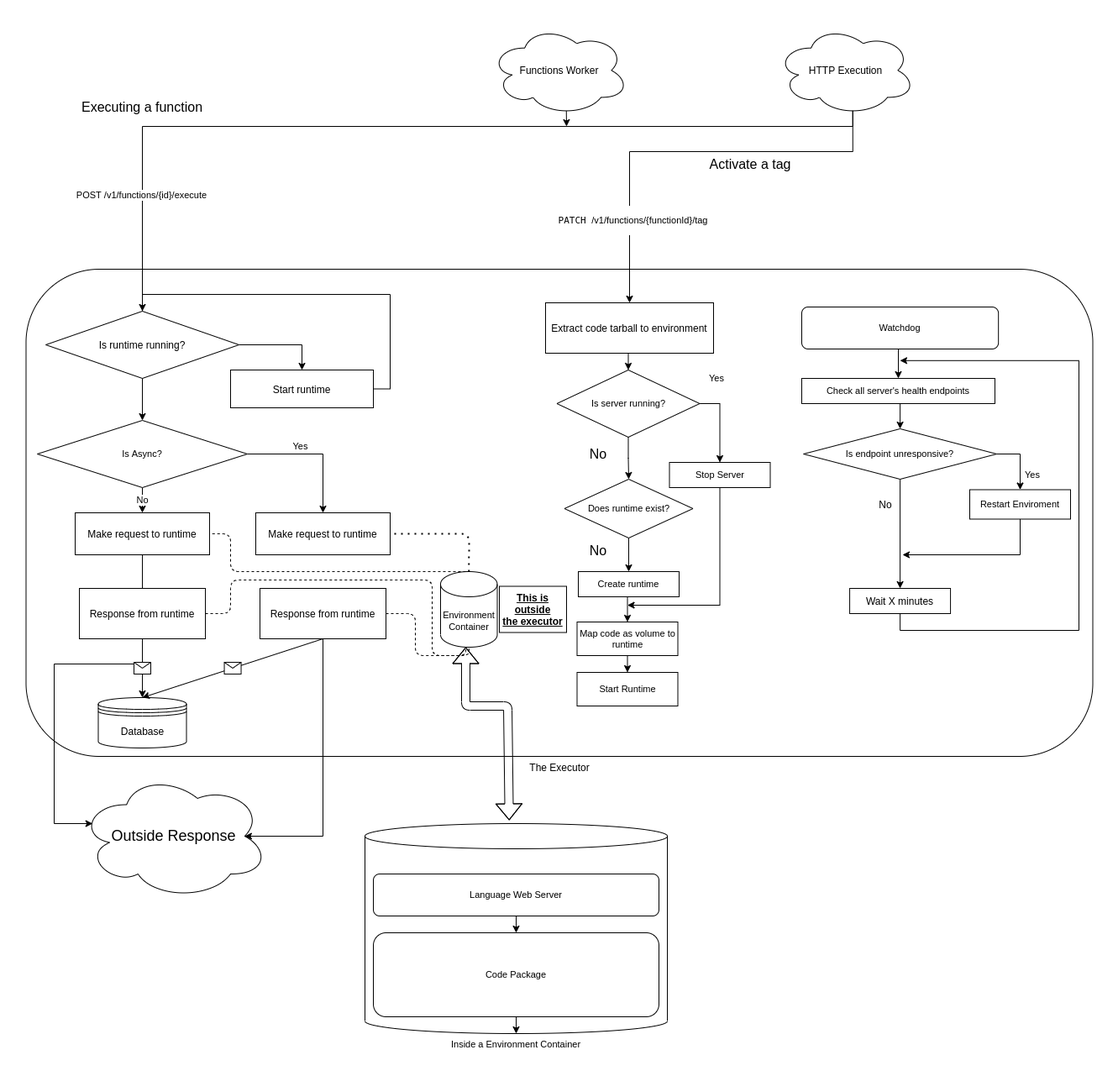
The draw.io diagram 018-function-execution-model-refactor/flowchart.png in appwrite/rfc, before a commit. Source tidied: cells renumbered, new cells last; positions are measured from the earlier drawing's top-left corner, leaving out a move shared by most shapes.
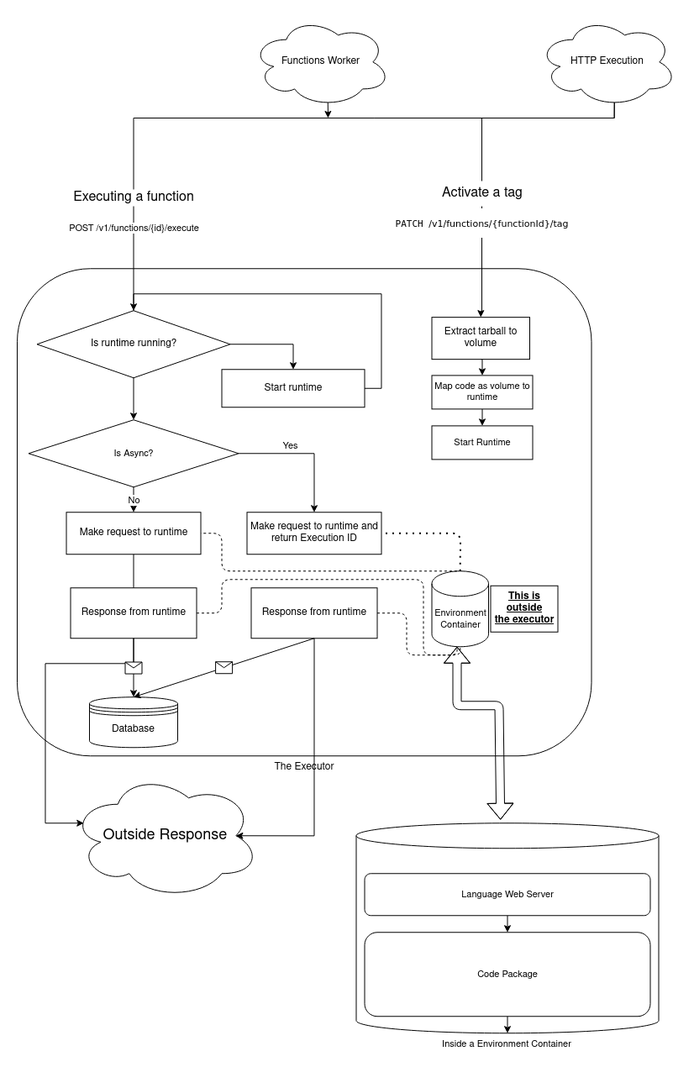
After the commit.

What changed in the source:
```diff
@@ -3,7 +3,7 @@
     <mxCell id="0" />
     <mxCell id="1" parent="0" />
     <mxCell id="2" value="HTTP Execution" style="ellipse;shape=cloud;whiteSpace=wrap;html=1;labelBackgroundColor=none;" parent="1" vertex="1">
-      <mxGeometry x="894" width="165" height="106.8" as="geometry" />
+      <mxGeometry x="620.5" y="-9.2" width="165" height="106.8" as="geometry" />
     </mxCell>
     <mxCell id="3" style="edgeStyle=orthogonalEdgeStyle;rounded=0;jettySize=auto;html=1;exitX=0.5;exitY=0;exitDx=0;exitDy=0;exitPerimeter=0;entryX=0.5;entryY=0;entryDx=0;entryDy=0;fontSize=11;" parent="1" edge="1" source="4" target="6">
       <mxGeometry relative="1" as="geometry" />
@@ -24,24 +24,21 @@
       <mxGeometry x="414" y="1080" width="340" height="100" as="geometry" />
     </mxCell>
     <mxCell id="9" value="The Executor" style="rounded=1;whiteSpace=wrap;html=1;labelPosition=center;verticalLabelPosition=bottom;align=center;verticalAlign=top;labelBackgroundColor=none;" parent="1" vertex="1">
-      <mxGeometry x="0.5" y="290" width="1270" height="580" as="geometry" />
+      <mxGeometry x="0.5" y="290" width="683.5" height="580" as="geometry" />
     </mxCell>
     <mxCell id="10" style="edgeStyle=orthogonalEdgeStyle;rounded=0;jettySize=auto;html=1;exitX=0.55;exitY=0.95;exitDx=0;exitDy=0;exitPerimeter=0;entryX=0.5;entryY=0;entryDx=0;entryDy=0;fontSize=16;verticalAlign=middle;" parent="1" edge="1" source="2" target="16">
       <mxGeometry relative="1" as="geometry">
         <Array as="points">
-          <mxPoint x="985" y="120" />
-          <mxPoint x="139" y="120" />
+          <mxPoint x="711.5" y="110.8" />
+          <mxPoint x="139.5" y="110.8" />
         </Array>
       </mxGeometry>
     </mxCell>
     <mxCell id="11" value="&lt;div&gt;POST /v1/functions/{id}/execute&lt;/div&gt;" style="edgeLabel;html=1;align=center;verticalAlign=middle;fontSize=11;" parent="1" vertex="1">
-      <mxGeometry x="139" y="200" as="geometry">
-        <mxPoint x="-2" y="2" as="offset" />
+      <mxGeometry x="-199.5" y="225.8" as="geometry">
+        <mxPoint x="338" y="15" as="offset" />
       </mxGeometry>
     </mxCell>
-    <mxCell id="12" value="Executing a function" style="text;html=1;strokeColor=none;fillColor=none;align=center;verticalAlign=middle;whiteSpace=wrap;rounded=0;labelBackgroundColor=none;fontSize=16;" parent="1" vertex="1">
-      <mxGeometry x="44" y="86.8" width="190" height="20" as="geometry" />
-    </mxCell>
     <mxCell id="13" style="edgeStyle=orthogonalEdgeStyle;rounded=0;jettySize=auto;html=1;exitX=1;exitY=0.5;exitDx=0;exitDy=0;fontSize=11;verticalAlign=bottom;labelPosition=center;verticalLabelPosition=top;align=center;" parent="1" edge="1" source="16">
       <mxGeometry relative="1" as="geometry">
         <mxPoint x="354" y="580" as="targetPoint" />
@@ -52,6 +49,9 @@
         <mxPoint y="-13" as="offset" />
       </mxGeometry>
     </mxCell>
+    <mxCell id="12" value="Executing a function" style="text;html=1;strokeColor=none;align=center;verticalAlign=middle;whiteSpace=wrap;rounded=0;labelBackgroundColor=none;fontSize=16;fillColor=#ffffff;" parent="1" vertex="1">
+      <mxGeometry x="44" y="195.8" width="190" height="20" as="geometry" />
+    </mxCell>
     <mxCell id="15" value="No" style="edgeStyle=orthogonalEdgeStyle;rounded=0;jettySize=auto;html=1;exitX=0.5;exitY=1;exitDx=0;exitDy=0;fontSize=11;verticalAlign=middle;" parent="1" edge="1" source="16">
       <mxGeometry relative="1" as="geometry">
         <mxPoint x="139" y="580" as="targetPoint" />
@@ -78,7 +78,7 @@
     <mxCell id="22" value="Start runtime" style="rounded=0;whiteSpace=wrap;html=1;" parent="1" vertex="1">
       <mxGeometry x="244" y="410" width="170" height="45" as="geometry" />
     </mxCell>
-    <mxCell id="23" value="Make request to runtime" style="rounded=0;whiteSpace=wrap;html=1;" parent="1" vertex="1">
+    <mxCell id="23" value="Make request to runtime and return Execution ID" style="rounded=0;whiteSpace=wrap;html=1;" parent="1" vertex="1">
       <mxGeometry x="274" y="580" width="160" height="50" as="geometry" />
     </mxCell>
     <mxCell id="24" style="edgeStyle=orthogonalEdgeStyle;rounded=0;jettySize=auto;html=1;exitX=0.5;exitY=1;exitDx=0;exitDy=0;entryX=0.07;entryY=0.4;entryDx=0;entryDy=0;entryPerimeter=0;" parent="1" edge="1" source="25" target="18">
@@ -125,136 +125,40 @@
         <mxPoint x="-10" y="-7" as="offset" />
       </mxGeometry>
     </mxCell>
-    <mxCell id="34" style="edgeStyle=orthogonalEdgeStyle;rounded=0;jettySize=auto;html=1;exitX=0.5;exitY=1;exitDx=0;exitDy=0;entryX=0.5;entryY=0;entryDx=0;entryDy=0;fontSize=16;" parent="1" edge="1" source="35" target="41">
-      <mxGeometry relative="1" as="geometry" />
-    </mxCell>
-    <mxCell id="35" value="Extract code tarball to environment" style="rounded=0;whiteSpace=wrap;html=1;" parent="1" vertex="1">
-      <mxGeometry x="619" y="330" width="200" height="60" as="geometry" />
-    </mxCell>
-    <mxCell id="36" value="Activate a tag" style="text;html=1;strokeColor=none;fillColor=none;align=center;verticalAlign=middle;whiteSpace=wrap;rounded=0;fontSize=16;" parent="1" vertex="1">
-      <mxGeometry x="802.5" y="150" width="120" height="30" as="geometry" />
-    </mxCell>
-    <mxCell id="37" style="edgeStyle=orthogonalEdgeStyle;rounded=0;jettySize=auto;html=1;exitX=0.55;exitY=0.95;exitDx=0;exitDy=0;exitPerimeter=0;entryX=0.5;entryY=0;entryDx=0;entryDy=0;" parent="1" edge="1" source="2" target="35">
+    <mxCell id="37" style="edgeStyle=orthogonalEdgeStyle;rounded=0;jettySize=auto;html=1;exitX=0.55;exitY=0.95;exitDx=0;exitDy=0;exitPerimeter=0;entryX=0.5;entryY=0;entryDx=0;entryDy=0;" parent="1" edge="1" source="2" target="77">
       <mxGeometry relative="1" as="geometry">
         <Array as="points">
-          <mxPoint x="985" y="150" />
-          <mxPoint x="719" y="150" />
+          <mxPoint x="711.5" y="110.8" />
+          <mxPoint x="553.5" y="110.8" />
+          <mxPoint x="553.5" y="340.8" />
         </Array>
       </mxGeometry>
     </mxCell>
-    <mxCell id="38" value="&lt;pre style=&quot;font-size: 11px;&quot;&gt;&lt;span style=&quot;background-color: rgb(255, 255, 255); font-size: 11px;&quot;&gt;PATCH&amp;nbsp;&lt;span style=&quot;font-family: poppins, sans-serif; font-size: 11px;&quot;&gt;/v1/functions/{functionId}/tag&lt;/span&gt;&lt;/span&gt;&lt;/pre&gt;" style="edgeLabel;html=1;align=center;verticalAlign=middle;fontSize=11;" parent="37" vertex="1">
-      <mxGeometry x="0.6" y="3" relative="1" as="geometry" />
+    <mxCell id="38" value="&lt;pre style=&quot;font-size: 11px;&quot;&gt;&lt;span style=&quot;font-size: 11px;&quot;&gt;PATCH&amp;nbsp;&lt;span style=&quot;font-family: poppins, sans-serif; font-size: 11px;&quot;&gt;/v1/functions/{functionId}/tag&lt;/span&gt;&lt;/span&gt;&lt;/pre&gt;" style="edgeLabel;html=1;align=center;verticalAlign=middle;fontSize=11;labelBackgroundColor=#ffffff;" parent="37" vertex="1">
+      <mxGeometry x="0.6" y="3" relative="1" as="geometry">
+        <mxPoint x="-4" y="-31" as="offset" />
+      </mxGeometry>
     </mxCell>
-    <mxCell id="39" style="edgeStyle=orthogonalEdgeStyle;rounded=0;jettySize=auto;html=1;exitX=0.5;exitY=1;exitDx=0;exitDy=0;entryX=0.5;entryY=0;entryDx=0;entryDy=0;fontSize=16;" parent="1" edge="1" source="41" target="43">
-      <mxGeometry relative="1" as="geometry" />
-    </mxCell>
-    <mxCell id="40" style="edgeStyle=orthogonalEdgeStyle;rounded=0;jettySize=auto;html=1;exitX=1;exitY=0.5;exitDx=0;exitDy=0;entryX=0.5;entryY=0;entryDx=0;entryDy=0;fontSize=11;" parent="1" edge="1" source="41" target="53">
-      <mxGeometry relative="1" as="geometry" />
-    </mxCell>
-    <mxCell id="41" value="Is server running?" style="rhombus;whiteSpace=wrap;html=1;fontSize=11;" parent="1" vertex="1">
-      <mxGeometry x="632.5" y="410" width="170" height="80" as="geometry" />
-    </mxCell>
-    <mxCell id="42" style="edgeStyle=orthogonalEdgeStyle;rounded=0;jettySize=auto;html=1;exitX=0.5;exitY=1;exitDx=0;exitDy=0;entryX=0.5;entryY=0;entryDx=0;entryDy=0;fontSize=16;" parent="1" edge="1" source="43" target="46">
-      <mxGeometry relative="1" as="geometry" />
-    </mxCell>
-    <mxCell id="43" value="&lt;font style=&quot;font-size: 11px;&quot;&gt;Does runtime exist?&lt;/font&gt;" style="rhombus;whiteSpace=wrap;html=1;fontSize=11;" parent="1" vertex="1">
-      <mxGeometry x="641.5" y="540" width="153" height="70" as="geometry" />
-    </mxCell>
-    <mxCell id="44" value="No" style="text;html=1;strokeColor=none;fillColor=none;align=center;verticalAlign=middle;whiteSpace=wrap;rounded=0;fontSize=16;" parent="1" vertex="1">
-      <mxGeometry x="661.5" y="500" width="40" height="20" as="geometry" />
-    </mxCell>
-    <mxCell id="45" style="edgeStyle=orthogonalEdgeStyle;rounded=0;jettySize=auto;html=1;exitX=0.5;exitY=1;exitDx=0;exitDy=0;entryX=0.5;entryY=0;entryDx=0;entryDy=0;fontSize=11;" parent="1" edge="1" source="46" target="49">
-      <mxGeometry relative="1" as="geometry" />
-    </mxCell>
-    <mxCell id="46" value="Create runtime" style="rounded=0;whiteSpace=wrap;html=1;fontSize=11;" parent="1" vertex="1">
-      <mxGeometry x="658" y="650" width="120" height="30" as="geometry" />
-    </mxCell>
-    <mxCell id="47" value="No" style="text;html=1;strokeColor=none;fillColor=none;align=center;verticalAlign=middle;whiteSpace=wrap;rounded=0;fontSize=16;" parent="1" vertex="1">
-      <mxGeometry x="661.5" y="615" width="40" height="20" as="geometry" />
-    </mxCell>
+    <mxCell id="36" value="&lt;span style=&quot;background-color: rgb(255 , 255 , 255)&quot;&gt;Activate a tag&lt;/span&gt;" style="text;html=1;align=center;verticalAlign=middle;whiteSpace=wrap;rounded=0;fontSize=16;fillColor=#ffffff;" parent="1" vertex="1">
+      <mxGeometry x="494" y="185.8" width="120" height="30" as="geometry" />
+    </mxCell>
     <mxCell id="48" style="edgeStyle=orthogonalEdgeStyle;rounded=0;jettySize=auto;html=1;exitX=0.5;exitY=1;exitDx=0;exitDy=0;entryX=0.5;entryY=0;entryDx=0;entryDy=0;fontSize=11;" parent="1" edge="1" source="49" target="50">
       <mxGeometry relative="1" as="geometry" />
     </mxCell>
     <mxCell id="49" value="Map code as volume to runtime" style="rounded=0;whiteSpace=wrap;html=1;fontSize=11;" parent="1" vertex="1">
-      <mxGeometry x="656.5" y="710" width="120" height="40" as="geometry" />
+      <mxGeometry x="494" y="417.2" width="120" height="40" as="geometry" />
     </mxCell>
     <mxCell id="50" value="Start Runtime" style="rounded=0;whiteSpace=wrap;html=1;fontSize=11;" parent="1" vertex="1">
-      <mxGeometry x="656.5" y="770" width="120" height="40" as="geometry" />
+      <mxGeometry x="494" y="477.2" width="120" height="40" as="geometry" />
     </mxCell>
-    <mxCell id="51" value="Yes" style="text;html=1;strokeColor=none;fillColor=none;align=center;verticalAlign=middle;whiteSpace=wrap;rounded=0;fontSize=11;" parent="1" vertex="1">
-      <mxGeometry x="802.5" y="410" width="40" height="20" as="geometry" />
-    </mxCell>
-    <mxCell id="52" style="edgeStyle=orthogonalEdgeStyle;rounded=0;jettySize=auto;html=1;exitX=0.5;exitY=1;exitDx=0;exitDy=0;fontSize=11;" parent="1" edge="1" source="53">
-      <mxGeometry relative="1" as="geometry">
-        <mxPoint x="716.5" y="690" as="targetPoint" />
-        <Array as="points">
-          <mxPoint x="826.5" y="690" />
-        </Array>
-      </mxGeometry>
-    </mxCell>
-    <mxCell id="53" value="Stop Server" style="rounded=0;whiteSpace=wrap;html=1;fontSize=11;" parent="1" vertex="1">
-      <mxGeometry x="766.5" y="520" width="120" height="30" as="geometry" />
-    </mxCell>
     <mxCell id="54" style="edgeStyle=orthogonalEdgeStyle;rounded=0;jettySize=auto;html=1;exitX=0.55;exitY=0.95;exitDx=0;exitDy=0;exitPerimeter=0;fontSize=11;" parent="1" edge="1" source="55">
       <mxGeometry relative="1" as="geometry">
-        <mxPoint x="644" y="120" as="targetPoint" />
+        <mxPoint x="370.5" y="110.8" as="targetPoint" />
       </mxGeometry>
     </mxCell>
     <mxCell id="55" value="Functions Worker" style="ellipse;shape=cloud;whiteSpace=wrap;html=1;labelBackgroundColor=none;" parent="1" vertex="1">
-      <mxGeometry x="553" width="165" height="106.8" as="geometry" />
+      <mxGeometry x="279.5" y="-9.2" width="165" height="106.8" as="geometry" />
     </mxCell>
-    <mxCell id="56" style="edgeStyle=orthogonalEdgeStyle;rounded=0;jettySize=auto;html=1;exitX=0.5;exitY=1;exitDx=0;exitDy=0;entryX=0.5;entryY=0;entryDx=0;entryDy=0;fontSize=11;" parent="1" edge="1" source="57" target="59">
-      <mxGeometry relative="1" as="geometry" />
-    </mxCell>
-    <mxCell id="57" value="Watchdog" style="rounded=1;whiteSpace=wrap;html=1;fontSize=11;" parent="1" vertex="1">
-      <mxGeometry x="924" y="335" width="234.2" height="50" as="geometry" />
-    </mxCell>
-    <mxCell id="58" style="edgeStyle=orthogonalEdgeStyle;rounded=0;jettySize=auto;html=1;exitX=0.5;exitY=1;exitDx=0;exitDy=0;entryX=0.5;entryY=0;entryDx=0;entryDy=0;fontSize=11;" parent="1" edge="1" source="59" target="62">
-      <mxGeometry relative="1" as="geometry" />
-    </mxCell>
-    <mxCell id="59" value="Check all server's health endpoints" style="rounded=0;whiteSpace=wrap;html=1;fontSize=11;" parent="1" vertex="1">
-      <mxGeometry x="924" y="420" width="230" height="30" as="geometry" />
-    </mxCell>
-    <mxCell id="60" style="edgeStyle=orthogonalEdgeStyle;rounded=0;jettySize=auto;html=1;exitX=1;exitY=0.5;exitDx=0;exitDy=0;entryX=0.5;entryY=0;entryDx=0;entryDy=0;fontSize=11;" parent="1" edge="1" source="62" target="64">
-      <mxGeometry relative="1" as="geometry" />
-    </mxCell>
-    <mxCell id="61" style="edgeStyle=orthogonalEdgeStyle;rounded=0;jettySize=auto;html=1;exitX=0.5;exitY=1;exitDx=0;exitDy=0;entryX=0.5;entryY=0;entryDx=0;entryDy=0;" parent="1" edge="1" source="62" target="67">
-      <mxGeometry relative="1" as="geometry" />
-    </mxCell>
-    <mxCell id="62" value="Is endpoint unresponsive?" style="rhombus;whiteSpace=wrap;html=1;fontSize=11;" parent="1" vertex="1">
-      <mxGeometry x="926.1" y="480" width="230" height="60" as="geometry" />
-    </mxCell>
-    <mxCell id="63" style="edgeStyle=orthogonalEdgeStyle;rounded=0;jettySize=auto;html=1;exitX=0.5;exitY=1;exitDx=0;exitDy=0;" parent="1" edge="1" source="64">
-      <mxGeometry relative="1" as="geometry">
-        <mxPoint x="1044" y="630" as="targetPoint" />
-        <Array as="points">
-          <mxPoint x="1184" y="630" />
-        </Array>
-      </mxGeometry>
-    </mxCell>
-    <mxCell id="64" value="Restart Enviroment" style="rounded=0;whiteSpace=wrap;html=1;fontSize=11;" parent="1" vertex="1">
-      <mxGeometry x="1124" y="552.5" width="120" height="35" as="geometry" />
-    </mxCell>
-    <mxCell id="65" value="Yes" style="text;html=1;strokeColor=none;fillColor=none;align=center;verticalAlign=middle;whiteSpace=wrap;rounded=0;fontSize=11;" parent="1" vertex="1">
-      <mxGeometry x="1179" y="525" width="40" height="20" as="geometry" />
-    </mxCell>
-    <mxCell id="66" style="edgeStyle=orthogonalEdgeStyle;rounded=0;jettySize=auto;html=1;exitX=0.5;exitY=1;exitDx=0;exitDy=0;" parent="1" edge="1" source="67">
-      <mxGeometry relative="1" as="geometry">
-        <mxPoint x="1041" y="398.8" as="targetPoint" />
-        <Array as="points">
-          <mxPoint x="1041" y="720" />
-          <mxPoint x="1254" y="720" />
-          <mxPoint x="1254" y="399" />
-          <mxPoint x="1041" y="399" />
-        </Array>
-      </mxGeometry>
-    </mxCell>
-    <mxCell id="67" value="Wait X minutes" style="rounded=0;whiteSpace=wrap;html=1;" parent="1" vertex="1">
-      <mxGeometry x="981.1" y="670" width="120" height="30" as="geometry" />
-    </mxCell>
-    <mxCell id="68" value="No" style="text;html=1;strokeColor=none;fillColor=none;align=center;verticalAlign=middle;whiteSpace=wrap;rounded=0;" parent="1" vertex="1">
-      <mxGeometry x="1004" y="560" width="40" height="20" as="geometry" />
-    </mxCell>
     <mxCell id="69" value="&lt;span style=&quot;font-size: 11px&quot;&gt;Environment Container&lt;/span&gt;" style="shape=cylinder3;whiteSpace=wrap;html=1;boundedLbl=1;backgroundOutline=1;size=15;" parent="1" vertex="1">
       <mxGeometry x="494" y="650" width="67.5" height="90" as="geometry" />
     </mxCell>
@@ -307,5 +211,11 @@
     <mxCell id="75" value="This is outside&lt;br&gt;the executor" style="text;html=1;fillColor=none;align=center;verticalAlign=middle;whiteSpace=wrap;rounded=0;strokeColor=#000000;glass=0;fontStyle=5;" parent="1" vertex="1">
       <mxGeometry x="564" y="667.5" width="80" height="55" as="geometry" />
     </mxCell>
+    <mxCell id="76" style="edgeStyle=orthogonalEdgeStyle;rounded=0;jettySize=auto;html=1;exitX=0.5;exitY=1;exitDx=0;exitDy=0;entryX=0.5;entryY=0;entryDx=0;entryDy=0;" parent="1" edge="1" source="77" target="49">
+      <mxGeometry relative="1" as="geometry" />
+    </mxCell>
+    <mxCell id="77" value="Extract tarball to volume" style="rounded=0;whiteSpace=wrap;html=1;" parent="1" vertex="1">
+      <mxGeometry x="494" y="347.9" width="116.5" height="50" as="geometry" />
+    </mxCell>
   </root>
 </mxGraphModel>
```
